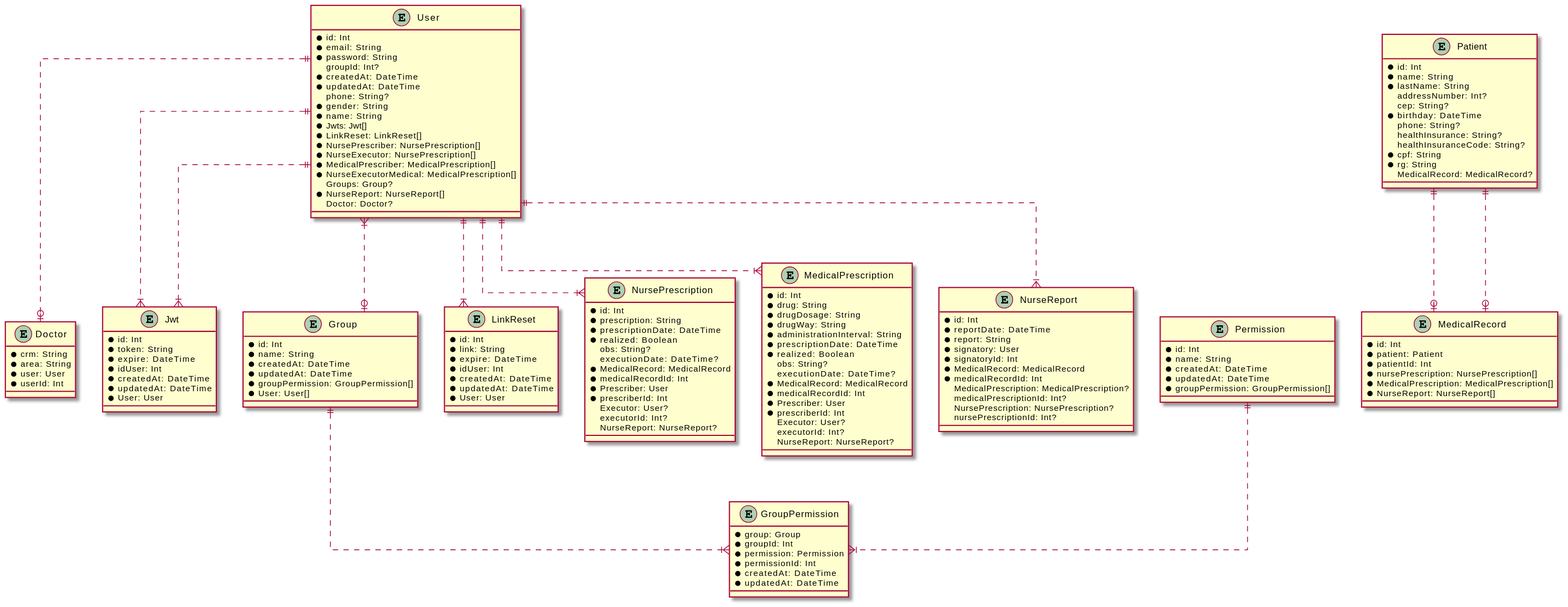
This is prisma/uml/schemas_uml.svg from CC-UNIP-CAMPINAS/SAPEP-back, a PlantUML export, as it was before one commit.
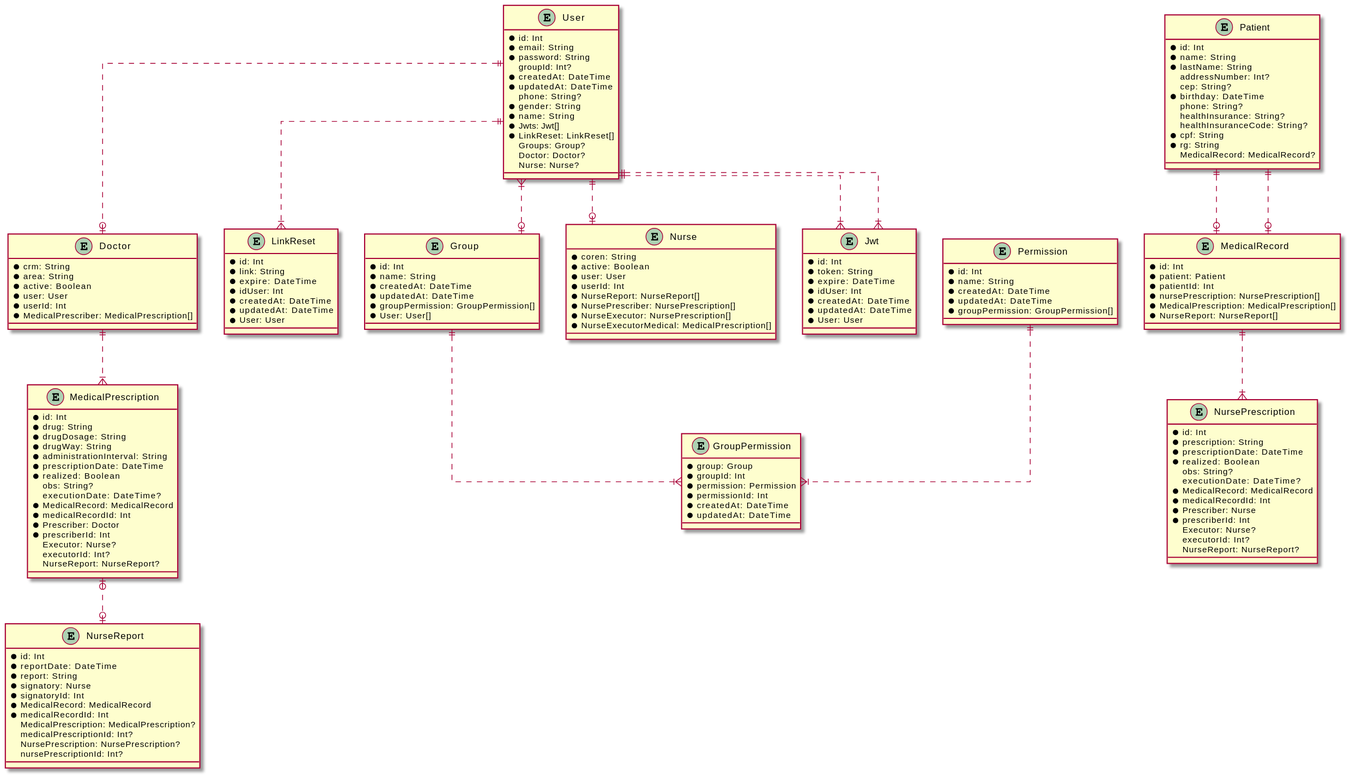
After the commit.

Change to the diagram source:
```diff
@@ -13,20 +13,9 @@
   * name: String
   * Jwts: Jwt[]
   * LinkReset: LinkReset[]
-  * NursePrescriber: NursePrescription[]
-  * NurseExecutor: NursePrescription[]
-  * MedicalPrescriber: MedicalPrescription[]
-  * NurseExecutorMedical: MedicalPrescription[]
   Groups: Group?
-  * NurseReport: NurseReport[]
   Doctor: Doctor?
-}
-
-entity Doctor {
-  * crm: String
-  * area: String
-  * user: User
-  * userId: Int
+  Nurse: Nurse?
 }
 
 entity Jwt {
@@ -90,29 +79,13 @@
   MedicalRecord: MedicalRecord?
 }
 
-entity MedicalRecord {
-  * id: Int
-  * patient: Patient
-  * patientId: Int
-  * nursePrescription: NursePrescription[]
-  * MedicalPrescription: MedicalPrescription[]
-  * NurseReport: NurseReport[]
-}
-
-entity NursePrescription {
-  * id: Int
-  * prescription: String
-  * prescriptionDate: DateTime
-  * realized: Boolean
-  obs: String?
-  executionDate: DateTime?
-  * MedicalRecord: MedicalRecord
-  * medicalRecordId: Int
-  * Prescriber: User
-  * prescriberId: Int
-  Executor: User?
-  executorId: Int?
-  NurseReport: NurseReport?
+entity Doctor {
+  * crm: String
+  * area: String
+  * active: Boolean
+  * user: User
+  * userId: Int
+  * MedicalPrescriber: MedicalPrescription[]
 }
 
 entity MedicalPrescription {
@@ -127,9 +100,45 @@
   executionDate: DateTime?
   * MedicalRecord: MedicalRecord
   * medicalRecordId: Int
-  * Prescriber: User
+  * Prescriber: Doctor
   * prescriberId: Int
-  Executor: User?
+  Executor: Nurse?
+  executorId: Int?
+  NurseReport: NurseReport?
+}
+
+entity MedicalRecord {
+  * id: Int
+  * patient: Patient
+  * patientId: Int
+  * nursePrescription: NursePrescription[]
+  * MedicalPrescription: MedicalPrescription[]
+  * NurseReport: NurseReport[]
+}
+
+entity Nurse {
+  * coren: String
+  * active: Boolean
+  * user: User
+  * userId: Int
+  * NurseReport: NurseReport[]
+  * NursePrescriber: NursePrescription[]
+  * NurseExecutor: NursePrescription[]
+  * NurseExecutorMedical: MedicalPrescription[]
+}
+
+entity NursePrescription {
+  * id: Int
+  * prescription: String
+  * prescriptionDate: DateTime
+  * realized: Boolean
+  obs: String?
+  executionDate: DateTime?
+  * MedicalRecord: MedicalRecord
+  * medicalRecordId: Int
+  * Prescriber: Nurse
+  * prescriberId: Int
+  Executor: Nurse?
   executorId: Int?
   NurseReport: NurseReport?
 }
@@ -138,7 +147,7 @@
   * id: Int
   * reportDate: DateTime
   * report: String
-  * signatory: User
+  * signatory: Nurse
   * signatoryId: Int
   * MedicalRecord: MedicalRecord
   * medicalRecordId: Int
@@ -149,15 +158,16 @@
 }
 
 User ||..|{ Jwt
-User ||..o| Doctor
 User ||..|{ Jwt
 User }|..o| Group
 Permission ||..|{ GroupPermission
 Group ||..|{ GroupPermission
 User ||..|{ LinkReset
 Patient ||..o| MedicalRecord
+User ||..o| Doctor
+Doctor ||..|{ MedicalPrescription
 Patient ||..o| MedicalRecord
-User ||..|{ NursePrescription
-User ||..|{ MedicalPrescription
-User ||..|{ NurseReport
+User ||..o| Nurse
+MedicalRecord ||..|{ NursePrescription
+MedicalPrescription |o..o| NurseReport
 @enduml
```
